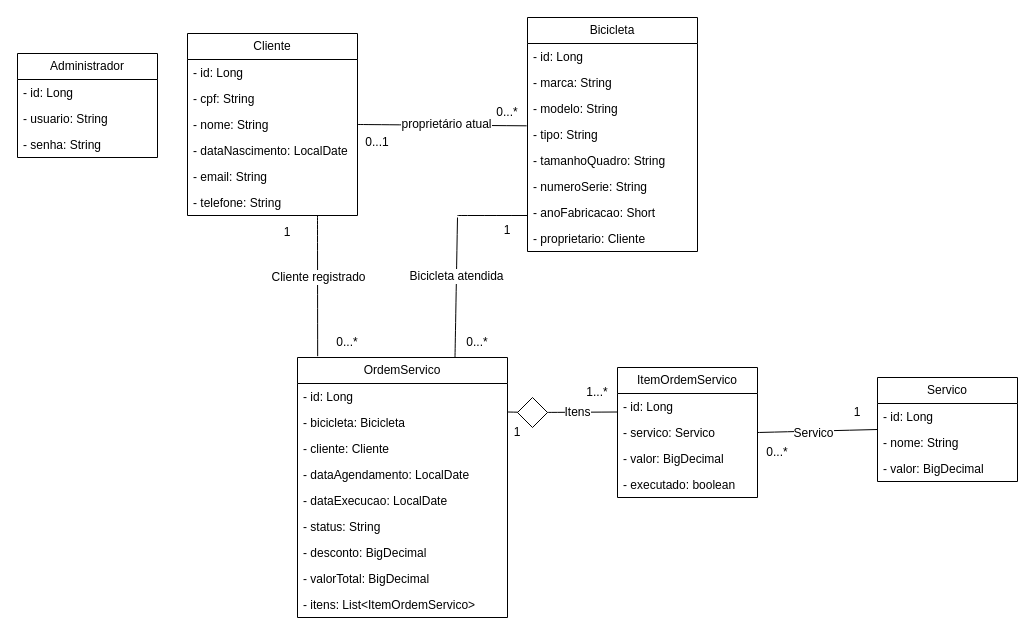
Allyson-Bruno/Bikeshop-Q-Pedala keeps this draw.io diagram as docs/modelagem/bikeshop-modelagem.drawio. Above is the earlier version. Source tidied: cells renumbered, new cells numbered last; positions are measured from the earlier drawing's top-left corner, leaving out a move shared by most shapes. Both pictures are drawn from the tidied source at 100%, with x=0, y=0 at pixel (17, 17).
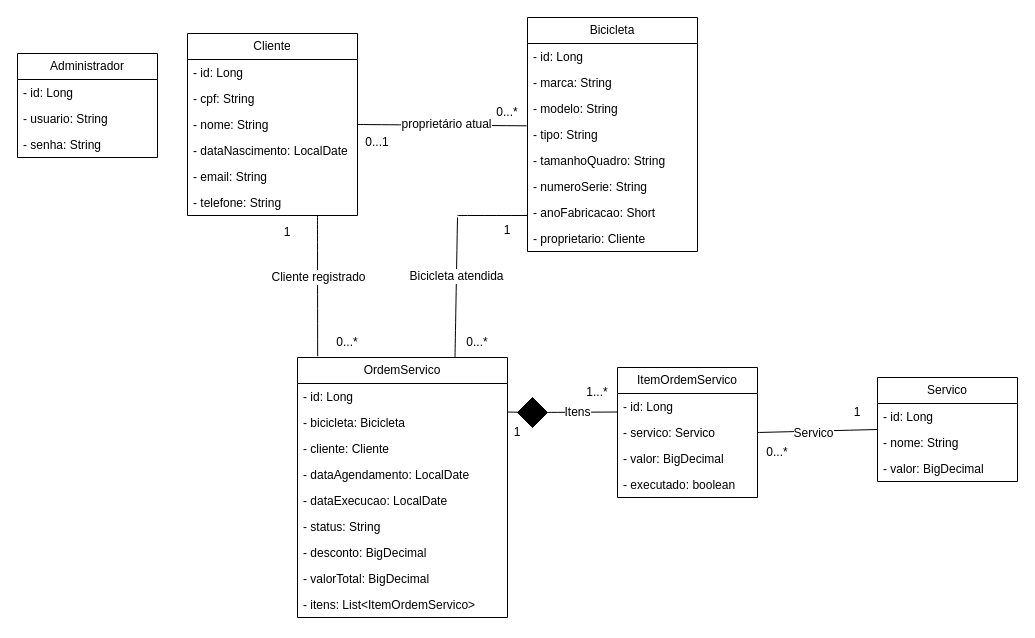
The same diagram, later.

Commit message:
Correção do losando

Change to the diagram source:
```diff
@@
-    <mxCell id="61" style="rhombus;" parent="1" vertex="1">
+    <mxCell id="61" style="rhombus;fillColor=#000000;" parent="1" vertex="1">
       <mxGeometry x="500" y="380" width="30" height="30" as="geometry" />
     </mxCell>
```
